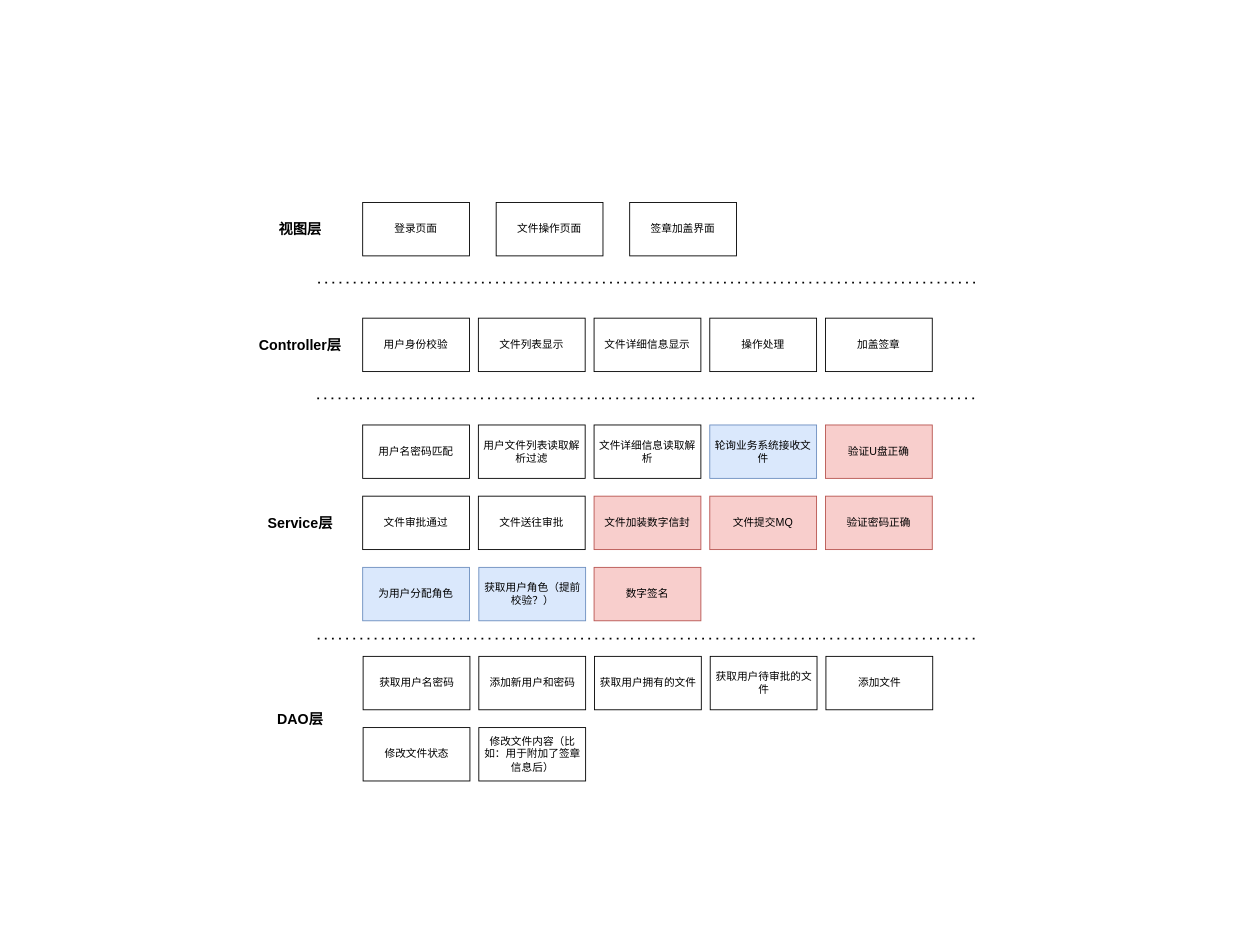
This is 层次示意 .drawio from CTmH/PaperlessBusiness, a draw.io file, before an edit. Source tidied: cells renumbered, new cells numbered last; positions are measured from the earlier drawing's top-left corner, leaving out a move shared by most shapes. Both pictures are drawn from the tidied source at 89%, with x=0, y=0 at pixel (255, 202).
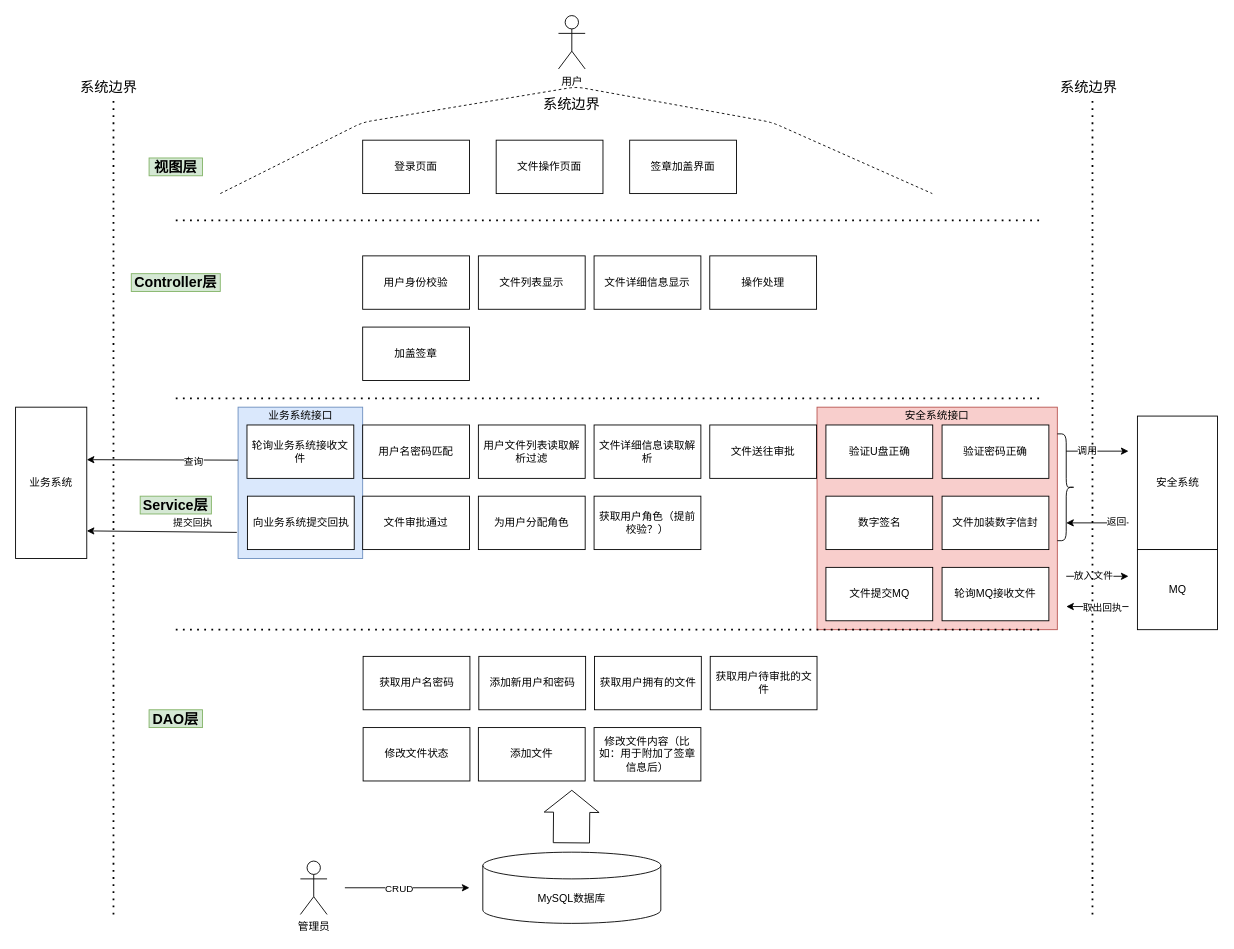
The same page after the edit.

The edit, as a diff of the source:
```diff
@@
+    <mxCell id="37" style="rounded=0;whiteSpace=wrap;html=1;fillColor=#dae8fc;strokeColor=#6c8ebf;" parent="1" vertex="1">
+      <mxGeometry x="-20" y="230" width="140" height="170" as="geometry" />
+    </mxCell>
+    <mxCell id="38" style="rounded=0;whiteSpace=wrap;html=1;fillColor=#f8cecc;strokeColor=#b85450;" parent="1" vertex="1">
+      <mxGeometry x="630.5" y="230" width="270" height="250" as="geometry" />
+    </mxCell>
     <mxCell id="2" style="endArrow=none;dashed=1;html=1;dashPattern=1 3;strokeWidth=2;" parent="1" edge="1">
       <mxGeometry relative="1" as="geometry">
-        <mxPoint x="70" y="90" as="sourcePoint" />
-        <mxPoint x="810" y="90" as="targetPoint" />
+        <mxPoint x="-90" y="20" as="sourcePoint" />
+        <mxPoint x="880" y="20" as="targetPoint" />
       </mxGeometry>
     </mxCell>
     <mxCell id="3" value="登录页面" style="rounded=0;whiteSpace=wrap;html=1;" parent="1" vertex="1">
-      <mxGeometry x="120" width="120" height="60" as="geometry" />
+      <mxGeometry x="120" y="-70" width="120" height="60" as="geometry" />
     </mxCell>
     <mxCell id="4" value="文件操作页面" style="rounded=0;whiteSpace=wrap;html=1;" parent="1" vertex="1">
-      <mxGeometry x="270" width="120" height="60" as="geometry" />
+      <mxGeometry x="270" y="-70" width="120" height="60" as="geometry" />
     </mxCell>
     <mxCell id="5" value="用户身份校验" style="rounded=0;whiteSpace=wrap;html=1;" parent="1" vertex="1">
-      <mxGeometry x="120" y="130" width="120" height="60" as="geometry" />
+      <mxGeometry x="120" y="60" width="120" height="60" as="geometry" />
     </mxCell>
     <mxCell id="6" value="文件列表显示" style="rounded=0;whiteSpace=wrap;html=1;" parent="1" vertex="1">
-      <mxGeometry x="250" y="130" width="120" height="60" as="geometry" />
+      <mxGeometry x="250" y="60" width="120" height="60" as="geometry" />
     </mxCell>
     <mxCell id="7" value="&lt;span&gt;文件详细信息显示&lt;/span&gt;" style="rounded=0;whiteSpace=wrap;html=1;" parent="1" vertex="1">
-      <mxGeometry x="380" y="130" width="120" height="60" as="geometry" />
+      <mxGeometry x="380" y="60" width="120" height="60" as="geometry" />
     </mxCell>
     <mxCell id="8" value="签章加盖界面" style="rounded=0;whiteSpace=wrap;html=1;" parent="1" vertex="1">
-      <mxGeometry x="420" width="120" height="60" as="geometry" />
+      <mxGeometry x="420" y="-70" width="120" height="60" as="geometry" />
     </mxCell>
     <mxCell id="9" value="操作处理" style="rounded=0;whiteSpace=wrap;html=1;" parent="1" vertex="1">
-      <mxGeometry x="510" y="130" width="120" height="60" as="geometry" />
+      <mxGeometry x="510" y="60" width="120" height="60" as="geometry" />
     </mxCell>
     <mxCell id="10" style="endArrow=none;dashed=1;html=1;dashPattern=1 3;strokeWidth=2;" parent="1" edge="1">
       <mxGeometry relative="1" as="geometry">
-        <mxPoint x="69" y="220" as="sourcePoint" />
-        <mxPoint x="810" y="220" as="targetPoint" />
+        <mxPoint x="-90" y="220" as="sourcePoint" />
+        <mxPoint x="880" y="220" as="targetPoint" />
       </mxGeometry>
     </mxCell>
@@
-    <mxCell id="15" value="文件加装数字信封" style="rounded=0;whiteSpace=wrap;html=1;fillColor=#f8cecc;strokeColor=#b85450;" parent="1" vertex="1">
-      <mxGeometry x="380" y="330" width="120" height="60" as="geometry" />
+    <mxCell id="15" value="文件加装数字信封" style="rounded=0;whiteSpace=wrap;html=1;" parent="1" vertex="1">
+      <mxGeometry x="771" y="330" width="120" height="60" as="geometry" />
     </mxCell>
-    <mxCell id="16" value="文件提交MQ" style="rounded=0;whiteSpace=wrap;html=1;fillColor=#f8cecc;strokeColor=#b85450;" parent="1" vertex="1">
-      <mxGeometry x="510" y="330" width="120" height="60" as="geometry" />
+    <mxCell id="16" value="文件提交MQ" style="rounded=0;whiteSpace=wrap;html=1;" parent="1" vertex="1">
+      <mxGeometry x="640.5" y="410" width="120" height="60" as="geometry" />
     </mxCell>
     <mxCell id="17" value="文件送往审批" style="rounded=0;whiteSpace=wrap;html=1;" parent="1" vertex="1">
-      <mxGeometry x="250" y="330" width="120" height="60" as="geometry" />
+      <mxGeometry x="510" y="250" width="120" height="60" as="geometry" />
     </mxCell>
     <mxCell id="18" style="endArrow=none;dashed=1;html=1;dashPattern=1 3;strokeWidth=2;" parent="1" edge="1">
       <mxGeometry relative="1" as="geometry">
-        <mxPoint x="69.5" y="490" as="sourcePoint" />
-        <mxPoint x="810.5" y="490" as="targetPoint" />
+        <mxPoint x="-90" y="480" as="sourcePoint" />
+        <mxPoint x="880" y="480" as="targetPoint" />
       </mxGeometry>
     </mxCell>
-    <mxCell id="19" value="轮询业务系统接收文件" style="rounded=0;whiteSpace=wrap;html=1;fillColor=#dae8fc;strokeColor=#6c8ebf;" parent="1" vertex="1">
-      <mxGeometry x="510" y="250" width="120" height="60" as="geometry" />
+    <mxCell id="19" value="向业务系统提交回执" style="rounded=0;whiteSpace=wrap;html=1;" parent="1" vertex="1">
+      <mxGeometry x="-9.5" y="330" width="120" height="60" as="geometry" />
     </mxCell>
     <mxCell id="20" value="加盖签章" style="rounded=0;whiteSpace=wrap;html=1;" parent="1" vertex="1">
-      <mxGeometry x="640" y="130" width="120" height="60" as="geometry" />
+      <mxGeometry x="120" y="140" width="120" height="60" as="geometry" />
     </mxCell>
-    <mxCell id="21" value="验证U盘正确" style="rounded=0;whiteSpace=wrap;html=1;fillColor=#f8cecc;strokeColor=#b85450;" parent="1" vertex="1">
-      <mxGeometry x="640" y="250" width="120" height="60" as="geometry" />
+    <mxCell id="21" value="验证U盘正确" style="rounded=0;whiteSpace=wrap;html=1;" parent="1" vertex="1">
+      <mxGeometry x="640.5" y="250" width="120" height="60" as="geometry" />
     </mxCell>
-    <mxCell id="22" value="验证密码正确" style="rounded=0;whiteSpace=wrap;html=1;fillColor=#f8cecc;strokeColor=#b85450;" parent="1" vertex="1">
-      <mxGeometry x="640" y="330" width="120" height="60" as="geometry" />
+    <mxCell id="22" value="验证密码正确" style="rounded=0;whiteSpace=wrap;html=1;" parent="1" vertex="1">
+      <mxGeometry x="771" y="250" width="120" height="60" as="geometry" />
     </mxCell>
@@
     <mxCell id="27" value="添加文件" style="rounded=0;whiteSpace=wrap;html=1;" parent="1" vertex="1">
-      <mxGeometry x="640.5" y="510" width="120" height="60" as="geometry" />
+      <mxGeometry x="250" y="590" width="120" height="60" as="geometry" />
     </mxCell>
@@
     <mxCell id="29" value="修改文件内容（比如：用于附加了签章信息后）" style="rounded=0;whiteSpace=wrap;html=1;" parent="1" vertex="1">
-      <mxGeometry x="250.5" y="590" width="120" height="60" as="geometry" />
+      <mxGeometry x="380" y="590" width="120" height="60" as="geometry" />
     </mxCell>
-    <mxCell id="30" value="为用户分配角色" style="rounded=0;whiteSpace=wrap;html=1;fillColor=#dae8fc;strokeColor=#6c8ebf;" parent="1" vertex="1">
-      <mxGeometry x="120" y="410" width="120" height="60" as="geometry" />
+    <mxCell id="30" value="为用户分配角色" style="rounded=0;whiteSpace=wrap;html=1;" parent="1" vertex="1">
+      <mxGeometry x="250" y="330" width="120" height="60" as="geometry" />
     </mxCell>
-    <mxCell id="31" value="获取用户角色（提前校验？）" style="rounded=0;whiteSpace=wrap;html=1;fillColor=#dae8fc;strokeColor=#6c8ebf;" parent="1" vertex="1">
-      <mxGeometry x="250.5" y="410" width="120" height="60" as="geometry" />
+    <mxCell id="31" value="获取用户角色（提前校验？）" style="rounded=0;whiteSpace=wrap;html=1;" parent="1" vertex="1">
+      <mxGeometry x="380" y="330" width="120" height="60" as="geometry" />
     </mxCell>
-    <mxCell id="32" value="&lt;b&gt;&lt;font style=&quot;font-size: 16px&quot;&gt;视图层&lt;/font&gt;&lt;/b&gt;" style="text;html=1;strokeColor=none;fillColor=none;align=center;verticalAlign=middle;whiteSpace=wrap;rounded=0;" parent="1" vertex="1">
-      <mxGeometry x="20" y="20" width="60" height="20" as="geometry" />
+    <mxCell id="32" value="&lt;b&gt;&lt;font style=&quot;font-size: 16px&quot;&gt;视图层&lt;/font&gt;&lt;/b&gt;" style="text;html=1;strokeColor=#82b366;fillColor=#d5e8d4;align=center;verticalAlign=middle;whiteSpace=wrap;rounded=0;" parent="1" vertex="1">
+      <mxGeometry x="-120" y="-50" width="60" height="20" as="geometry" />
     </mxCell>
-    <mxCell id="33" value="&lt;b&gt;&lt;font style=&quot;font-size: 16px&quot;&gt;Controller层&lt;/font&gt;&lt;/b&gt;" style="text;html=1;strokeColor=none;fillColor=none;align=center;verticalAlign=middle;whiteSpace=wrap;rounded=0;" parent="1" vertex="1">
-      <mxGeometry y="150" width="100" height="20" as="geometry" />
+    <mxCell id="33" value="&lt;b&gt;&lt;font style=&quot;font-size: 16px&quot;&gt;Controller层&lt;/font&gt;&lt;/b&gt;" style="text;html=1;strokeColor=#82b366;fillColor=#d5e8d4;align=center;verticalAlign=middle;whiteSpace=wrap;rounded=0;" parent="1" vertex="1">
+      <mxGeometry x="-140" y="80" width="100" height="20" as="geometry" />
     </mxCell>
-    <mxCell id="34" value="&lt;span style=&quot;font-size: 16px&quot;&gt;&lt;b&gt;Service层&lt;/b&gt;&lt;/span&gt;" style="text;html=1;strokeColor=none;fillColor=none;align=center;verticalAlign=middle;whiteSpace=wrap;rounded=0;" parent="1" vertex="1">
-      <mxGeometry x="10" y="350" width="80" height="20" as="geometry" />
+    <mxCell id="34" value="&lt;span style=&quot;font-size: 16px&quot;&gt;&lt;b&gt;Service层&lt;/b&gt;&lt;/span&gt;" style="text;html=1;strokeColor=#82b366;fillColor=#d5e8d4;align=center;verticalAlign=middle;whiteSpace=wrap;rounded=0;" parent="1" vertex="1">
+      <mxGeometry x="-130" y="330" width="80" height="20" as="geometry" />
     </mxCell>
-    <mxCell id="35" value="&lt;b&gt;&lt;font style=&quot;font-size: 16px&quot;&gt;DAO层&lt;/font&gt;&lt;/b&gt;" style="text;html=1;strokeColor=none;fillColor=none;align=center;verticalAlign=middle;whiteSpace=wrap;rounded=0;" parent="1" vertex="1">
-      <mxGeometry x="20" y="570" width="60" height="20" as="geometry" />
+    <mxCell id="35" value="&lt;b&gt;&lt;font style=&quot;font-size: 16px&quot;&gt;DAO层&lt;/font&gt;&lt;/b&gt;" style="text;html=1;strokeColor=#82b366;fillColor=#d5e8d4;align=center;verticalAlign=middle;whiteSpace=wrap;rounded=0;" parent="1" vertex="1">
+      <mxGeometry x="-120" y="570" width="60" height="20" as="geometry" />
     </mxCell>
-    <mxCell id="36" value="数字签名" style="rounded=0;whiteSpace=wrap;html=1;fillColor=#f8cecc;strokeColor=#b85450;" parent="1" vertex="1">
-      <mxGeometry x="380" y="410" width="120" height="60" as="geometry" />
+    <mxCell id="36" value="数字签名" style="rounded=0;whiteSpace=wrap;html=1;" parent="1" vertex="1">
+      <mxGeometry x="640.5" y="330" width="120" height="60" as="geometry" />
     </mxCell>
+    <mxCell id="39" value="MySQL数据库" style="shape=cylinder3;whiteSpace=wrap;html=1;boundedLbl=1;backgroundOutline=1;size=15;" parent="1" vertex="1">
+      <mxGeometry x="255" y="730" width="200" height="80" as="geometry" />
+    </mxCell>
+    <mxCell id="40" style="shape=flexArrow;endArrow=classic;html=1;width=40.689655172413794;endSize=7.896551724137931;" parent="1" edge="1">
+      <mxGeometry relative="1" as="geometry">
+        <mxPoint x="354.5" y="720" as="sourcePoint" />
+        <mxPoint x="355" y="660" as="targetPoint" />
+      </mxGeometry>
+    </mxCell>
+    <mxCell id="41" style="endArrow=classic;html=1;" parent="1" edge="1">
+      <mxGeometry relative="1" as="geometry">
+        <mxPoint x="910.5" y="279.4" as="sourcePoint" />
+        <mxPoint x="980.5" y="279.4" as="targetPoint" />
+      </mxGeometry>
+    </mxCell>
+    <mxCell id="42" value="调用" style="edgeLabel;html=1;align=center;verticalAlign=middle;" parent="41" vertex="1">
+      <mxGeometry x="-0.35" y="1" relative="1" as="geometry" />
+    </mxCell>
+    <mxCell id="43" value="安全系统" style="rounded=0;whiteSpace=wrap;html=1;" parent="1" vertex="1">
+      <mxGeometry x="990.5" y="240" width="90" height="150" as="geometry" />
+    </mxCell>
+    <mxCell id="44" style="endArrow=classic;html=1;" parent="1" edge="1">
+      <mxGeometry relative="1" as="geometry">
+        <mxPoint x="980.5" y="360" as="sourcePoint" />
+        <mxPoint x="910.5" y="360" as="targetPoint" />
+      </mxGeometry>
+    </mxCell>
+    <mxCell id="45" value="返回" style="edgeLabel;html=1;align=center;verticalAlign=middle;" parent="44" vertex="1">
+      <mxGeometry x="-0.59" y="-2" relative="1" as="geometry" />
+    </mxCell>
+    <mxCell id="46" value="MQ" style="rounded=0;whiteSpace=wrap;html=1;" parent="1" vertex="1">
+      <mxGeometry x="990.5" y="390" width="90" height="90" as="geometry" />
+    </mxCell>
+    <mxCell id="47" value="轮询MQ接收文件" style="rounded=0;whiteSpace=wrap;html=1;" parent="1" vertex="1">
+      <mxGeometry x="771" y="410" width="120" height="60" as="geometry" />
+    </mxCell>
+    <mxCell id="48" style="endArrow=classic;html=1;" parent="1" edge="1">
+      <mxGeometry relative="1" as="geometry">
+        <mxPoint x="910.5" y="420" as="sourcePoint" />
+        <mxPoint x="980.5" y="420" as="targetPoint" />
+      </mxGeometry>
+    </mxCell>
+    <mxCell id="49" value="放入文件" style="edgeLabel;html=1;align=center;verticalAlign=middle;" parent="48" vertex="1">
+      <mxGeometry x="-0.35" y="1" relative="1" as="geometry">
+        <mxPoint x="7.1" as="offset" />
+      </mxGeometry>
+    </mxCell>
+    <mxCell id="50" style="endArrow=classic;html=1;" parent="1" edge="1">
+      <mxGeometry relative="1" as="geometry">
+        <mxPoint x="980.5" y="454" as="sourcePoint" />
+        <mxPoint x="910.5" y="454" as="targetPoint" />
+      </mxGeometry>
+    </mxCell>
+    <mxCell id="51" value="取出回执" style="edgeLabel;html=1;align=center;verticalAlign=middle;" parent="50" vertex="1">
+      <mxGeometry x="-0.59" y="-2" relative="1" as="geometry">
+        <mxPoint x="-15.7" y="3" as="offset" />
+      </mxGeometry>
+    </mxCell>
+    <mxCell id="52" style="shape=curlyBracket;whiteSpace=wrap;html=1;rounded=1;size=0.5;direction=west;" parent="1" vertex="1">
+      <mxGeometry x="900.5" y="260" width="20" height="120" as="geometry" />
+    </mxCell>
+    <mxCell id="53" value="安全系统接口" style="text;html=1;strokeColor=none;fillColor=none;align=center;verticalAlign=middle;whiteSpace=wrap;rounded=0;" parent="1" vertex="1">
+      <mxGeometry x="728" y="230" width="75" height="20" as="geometry" />
+    </mxCell>
+    <mxCell id="54" value="&lt;span&gt;轮询业务系统接收文件&lt;/span&gt;" style="rounded=0;whiteSpace=wrap;html=1;" parent="1" vertex="1">
+      <mxGeometry x="-10" y="250" width="120" height="60" as="geometry" />
+    </mxCell>
+    <mxCell id="55" value="业务系统接口" style="text;html=1;strokeColor=none;fillColor=none;align=center;verticalAlign=middle;whiteSpace=wrap;rounded=0;" parent="1" vertex="1">
+      <mxGeometry x="12.5" y="230" width="75" height="20" as="geometry" />
+    </mxCell>
+    <mxCell id="56" value="业务系统" style="rounded=0;whiteSpace=wrap;html=1;" parent="1" vertex="1">
+      <mxGeometry x="-270" y="230" width="80" height="170" as="geometry" />
+    </mxCell>
+    <mxCell id="57" style="endArrow=classic;html=1;exitX=0;exitY=0.35;exitDx=0;exitDy=0;exitPerimeter=0;" parent="1" edge="1" source="37">
+      <mxGeometry relative="1" as="geometry">
+        <mxPoint x="-190" y="289" as="targetPoint" />
+      </mxGeometry>
+    </mxCell>
+    <mxCell id="58" value="查询" style="edgeLabel;html=1;align=center;verticalAlign=middle;" parent="57" vertex="1">
+      <mxGeometry x="-0.5" y="1" relative="1" as="geometry">
+        <mxPoint x="-7.6" as="offset" />
+      </mxGeometry>
+    </mxCell>
+    <mxCell id="59" style="endArrow=classic;html=1;exitX=0;exitY=0.35;exitDx=0;exitDy=0;exitPerimeter=0;" parent="1" edge="1">
+      <mxGeometry relative="1" as="geometry">
+        <mxPoint x="-21.4" y="370.7" as="sourcePoint" />
+        <mxPoint x="-190" y="369" as="targetPoint" />
+      </mxGeometry>
+    </mxCell>
+    <mxCell id="60" value="提交回执" style="edgeLabel;html=1;align=center;verticalAlign=middle;" parent="59" vertex="1">
+      <mxGeometry x="-0.5" y="1" relative="1" as="geometry">
+        <mxPoint x="-7.6" y="-11.5" as="offset" />
+      </mxGeometry>
+    </mxCell>
+    <mxCell id="61" style="endArrow=none;dashed=1;html=1;" parent="1" edge="1">
+      <mxGeometry relative="1" as="geometry">
+        <mxPoint x="-40" y="-10" as="sourcePoint" />
+        <mxPoint x="760" y="-10" as="targetPoint" />
+        <Array as="points">
+          <mxPoint x="120" y="-90" />
+          <mxPoint x="360" y="-130" />
+          <mxPoint x="580" y="-90" />
+        </Array>
+      </mxGeometry>
+    </mxCell>
+    <mxCell id="62" value="用户" style="shape=umlActor;verticalLabelPosition=bottom;verticalAlign=top;html=1;" parent="1" vertex="1">
+      <mxGeometry x="340" y="-210" width="30" height="60" as="geometry" />
+    </mxCell>
+    <mxCell id="63" value="管理员" style="shape=umlActor;verticalLabelPosition=bottom;verticalAlign=top;html=1;" parent="1" vertex="1">
+      <mxGeometry x="50" y="740" width="30" height="60" as="geometry" />
+    </mxCell>
+    <mxCell id="64" style="endArrow=classic;html=1;" parent="1" edge="1">
+      <mxGeometry relative="1" as="geometry">
+        <mxPoint x="100" y="770" as="sourcePoint" />
+        <mxPoint x="240" y="770" as="targetPoint" />
+      </mxGeometry>
+    </mxCell>
+    <mxCell id="65" value="CRUD" style="edgeLabel;html=1;align=center;verticalAlign=middle;" parent="64" vertex="1">
+      <mxGeometry x="-0.69" y="-3" relative="1" as="geometry">
+        <mxPoint x="38.6" y="-3" as="offset" />
+      </mxGeometry>
+    </mxCell>
+    <mxCell id="66" style="endArrow=none;dashed=1;html=1;dashPattern=1 3;strokeWidth=2;" parent="1" edge="1">
+      <mxGeometry relative="1" as="geometry">
+        <mxPoint x="-160" y="800" as="sourcePoint" />
+        <mxPoint x="-160" y="-120" as="targetPoint" />
+      </mxGeometry>
+    </mxCell>
+    <mxCell id="67" style="endArrow=none;dashed=1;html=1;dashPattern=1 3;strokeWidth=2;" parent="1" edge="1">
+      <mxGeometry relative="1" as="geometry">
+        <mxPoint x="940" y="800" as="sourcePoint" />
+        <mxPoint x="940" y="-120" as="targetPoint" />
+      </mxGeometry>
+    </mxCell>
+    <mxCell id="68" value="&lt;font style=&quot;font-size: 16px&quot;&gt;系统边界&lt;/font&gt;" style="text;html=1;strokeColor=none;fillColor=none;align=center;verticalAlign=middle;whiteSpace=wrap;rounded=0;" parent="1" vertex="1">
+      <mxGeometry x="-210" y="-140" width="90" height="20" as="geometry" />
+    </mxCell>
+    <mxCell id="69" value="&lt;font style=&quot;font-size: 16px&quot;&gt;系统边界&lt;/font&gt;" style="text;html=1;strokeColor=none;fillColor=none;align=center;verticalAlign=middle;whiteSpace=wrap;rounded=0;" parent="1" vertex="1">
+      <mxGeometry x="310" y="-120" width="90" height="20" as="geometry" />
+    </mxCell>
+    <mxCell id="70" value="&lt;font style=&quot;font-size: 16px&quot;&gt;系统边界&lt;/font&gt;" style="text;html=1;strokeColor=none;fillColor=none;align=center;verticalAlign=middle;whiteSpace=wrap;rounded=0;" parent="1" vertex="1">
+      <mxGeometry x="891" y="-140" width="90" height="20" as="geometry" />
+    </mxCell>
```
